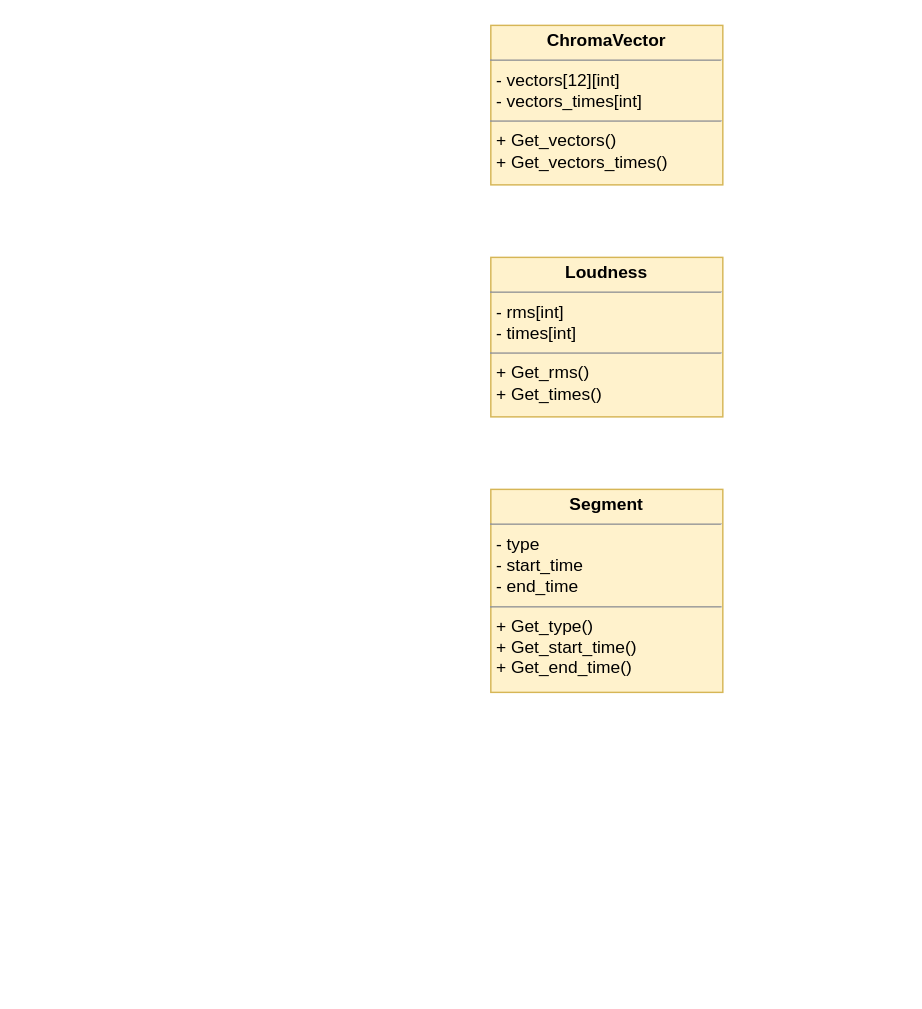
This is obrazky/UML_diagramy.drawio from VikinnCz/Diplomova_prace_text, a draw.io file, before an edit. Source tidied: cells renumbered, new cells numbered last; positions are measured from the earlier drawing's top-left corner, leaving out a move shared by most shapes. Both pictures are drawn from the tidied source at 145%, with x=0, y=0 at pixel (490, 25).
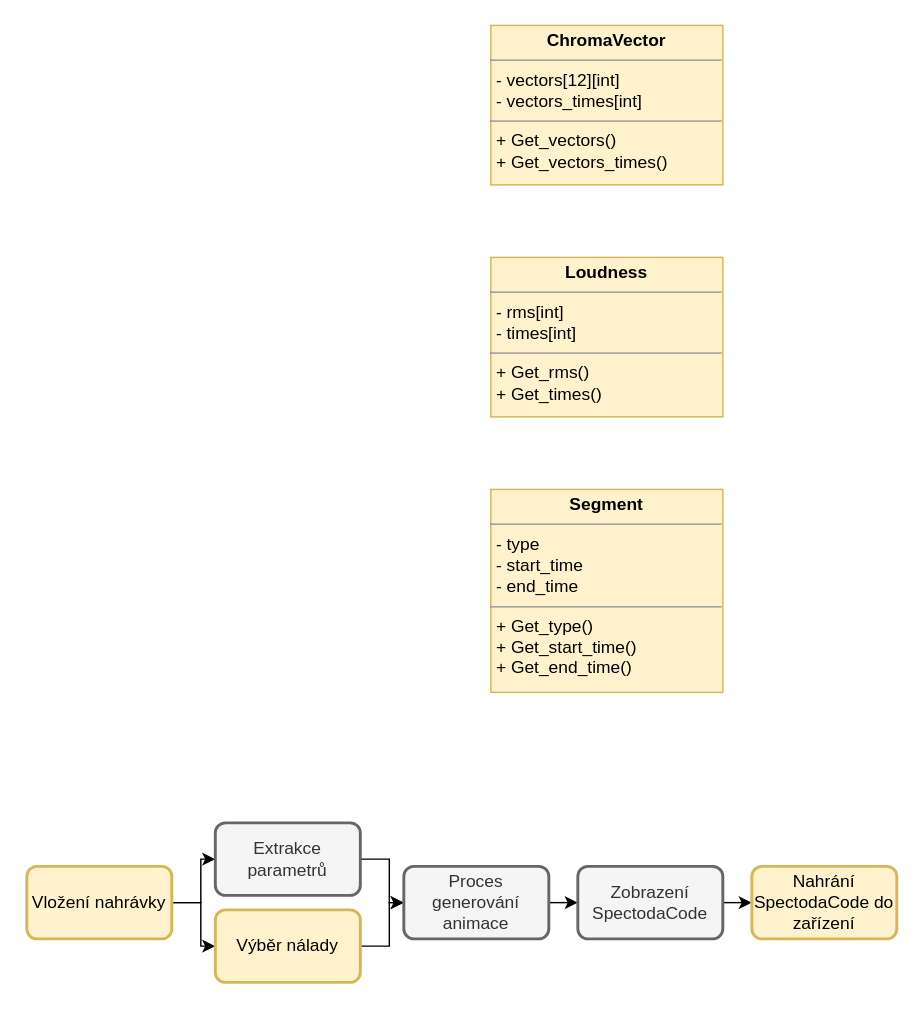
After the change.

Commit message (it also covers changes not shown here):
Add: diagrams and code samples

What changed in the source:
```diff
@@
 <mxGraphModel>
   <root>
     <mxCell id="0" />
     <mxCell id="1" parent="0" />
     <mxCell id="2" value="&lt;p style=&quot;margin:0px;margin-top:4px;text-align:center;&quot;&gt;&lt;b&gt;Segment&lt;/b&gt;&lt;/p&gt;&lt;hr size=&quot;1&quot;&gt;&lt;p style=&quot;margin:0px;margin-left:4px;&quot;&gt;- type&amp;nbsp;&lt;/p&gt;&lt;p style=&quot;margin:0px;margin-left:4px;&quot;&gt;- start_time&lt;/p&gt;&lt;p style=&quot;margin:0px;margin-left:4px;&quot;&gt;- end_time&lt;/p&gt;&lt;hr size=&quot;1&quot;&gt;&lt;p style=&quot;margin:0px;margin-left:4px;&quot;&gt;+ Get_type()&lt;/p&gt;&lt;p style=&quot;margin:0px;margin-left:4px;&quot;&gt;+ Get_start_time()&lt;/p&gt;&lt;p style=&quot;margin:0px;margin-left:4px;&quot;&gt;+ Get_end_time()&lt;/p&gt;" style="verticalAlign=top;align=left;overflow=fill;fontSize=12;fontFamily=Helvetica;html=1;whiteSpace=wrap;fillColor=#fff2cc;strokeColor=#d6b656;" parent="1" vertex="1">
       <mxGeometry y="320" width="160" height="140" as="geometry" />
     </mxCell>
     <mxCell id="3" value="&lt;p style=&quot;margin:0px;margin-top:4px;text-align:center;&quot;&gt;&lt;b&gt;Loudness&lt;/b&gt;&lt;/p&gt;&lt;hr size=&quot;1&quot;&gt;&lt;p style=&quot;margin:0px;margin-left:4px;&quot;&gt;- rms[int]&amp;nbsp;&lt;/p&gt;&lt;p style=&quot;margin:0px;margin-left:4px;&quot;&gt;- times[int]&lt;/p&gt;&lt;hr size=&quot;1&quot;&gt;&lt;p style=&quot;margin:0px;margin-left:4px;&quot;&gt;+ Get_rms()&lt;/p&gt;&lt;p style=&quot;margin:0px;margin-left:4px;&quot;&gt;+ Get_times()&lt;/p&gt;" style="verticalAlign=top;align=left;overflow=fill;fontSize=12;fontFamily=Helvetica;html=1;whiteSpace=wrap;fillColor=#fff2cc;strokeColor=#d6b656;" parent="1" vertex="1">
       <mxGeometry y="160" width="160" height="110" as="geometry" />
     </mxCell>
     <mxCell id="4" value="&lt;p style=&quot;margin:0px;margin-top:4px;text-align:center;&quot;&gt;&lt;b&gt;ChromaVector&lt;/b&gt;&lt;/p&gt;&lt;hr size=&quot;1&quot;&gt;&lt;p style=&quot;margin:0px;margin-left:4px;&quot;&gt;- vectors[12][int]&amp;nbsp;&lt;/p&gt;&lt;p style=&quot;margin:0px;margin-left:4px;&quot;&gt;- vectors_times[int]&lt;/p&gt;&lt;hr size=&quot;1&quot;&gt;&lt;p style=&quot;margin:0px;margin-left:4px;&quot;&gt;+ Get_vectors()&lt;/p&gt;&lt;p style=&quot;margin:0px;margin-left:4px;&quot;&gt;+ Get_vectors_times()&lt;/p&gt;" style="verticalAlign=top;align=left;overflow=fill;fontSize=12;fontFamily=Helvetica;html=1;whiteSpace=wrap;fillColor=#fff2cc;strokeColor=#d6b656;" parent="1" vertex="1">
       <mxGeometry width="160" height="110" as="geometry" />
     </mxCell>
+    <mxCell id="5" style="edgeStyle=orthogonalEdgeStyle;rounded=0;jettySize=auto;html=1;exitX=1;exitY=0.5;exitDx=0;exitDy=0;entryX=0;entryY=0.5;entryDx=0;entryDy=0;" parent="1" edge="1" source="7" target="11">
+      <mxGeometry relative="1" as="geometry" />
+    </mxCell>
+    <mxCell id="6" style="edgeStyle=orthogonalEdgeStyle;rounded=0;jettySize=auto;html=1;exitX=1;exitY=0.5;exitDx=0;exitDy=0;entryX=0;entryY=0.5;entryDx=0;entryDy=0;" parent="1" edge="1" source="7" target="9">
+      <mxGeometry relative="1" as="geometry" />
+    </mxCell>
+    <mxCell id="7" value="Vložení nahrávky" style="rounded=1;whiteSpace=wrap;html=1;absoluteArcSize=1;arcSize=14;strokeWidth=2;fillColor=#fff2cc;strokeColor=#d6b656;" parent="1" vertex="1">
+      <mxGeometry x="-320" y="580" width="100" height="50" as="geometry" />
+    </mxCell>
+    <mxCell id="8" style="edgeStyle=orthogonalEdgeStyle;rounded=0;jettySize=auto;html=1;exitX=1;exitY=0.5;exitDx=0;exitDy=0;" parent="1" edge="1" source="9" target="13">
+      <mxGeometry relative="1" as="geometry" />
+    </mxCell>
+    <mxCell id="9" value="Extrakce parametrů" style="rounded=1;whiteSpace=wrap;html=1;absoluteArcSize=1;arcSize=14;strokeWidth=2;fillColor=#f5f5f5;strokeColor=#666666;fontColor=#333333;" parent="1" vertex="1">
+      <mxGeometry x="-190" y="550" width="100" height="50" as="geometry" />
+    </mxCell>
+    <mxCell id="10" style="edgeStyle=orthogonalEdgeStyle;rounded=0;jettySize=auto;html=1;exitX=1;exitY=0.5;exitDx=0;exitDy=0;entryX=0;entryY=0.5;entryDx=0;entryDy=0;" parent="1" edge="1" source="11" target="13">
+      <mxGeometry relative="1" as="geometry" />
+    </mxCell>
+    <mxCell id="11" value="Výběr nálady" style="rounded=1;whiteSpace=wrap;html=1;absoluteArcSize=1;arcSize=14;strokeWidth=2;fillColor=#fff2cc;strokeColor=#d6b656;" parent="1" vertex="1">
+      <mxGeometry x="-190" y="610" width="100" height="50" as="geometry" />
+    </mxCell>
+    <mxCell id="12" style="edgeStyle=orthogonalEdgeStyle;rounded=0;jettySize=auto;html=1;exitX=1;exitY=0.5;exitDx=0;exitDy=0;entryX=0;entryY=0.5;entryDx=0;entryDy=0;" parent="1" edge="1" source="13" target="15">
+      <mxGeometry relative="1" as="geometry" />
+    </mxCell>
+    <mxCell id="13" value="Proces generování animace" style="rounded=1;whiteSpace=wrap;html=1;absoluteArcSize=1;arcSize=14;strokeWidth=2;fillColor=#f5f5f5;strokeColor=#666666;fontColor=#333333;" parent="1" vertex="1">
+      <mxGeometry x="-60" y="580" width="100" height="50" as="geometry" />
+    </mxCell>
+    <mxCell id="14" style="edgeStyle=orthogonalEdgeStyle;rounded=0;jettySize=auto;html=1;exitX=1;exitY=0.5;exitDx=0;exitDy=0;entryX=0;entryY=0.5;entryDx=0;entryDy=0;" parent="1" edge="1" source="15" target="16">
+      <mxGeometry relative="1" as="geometry" />
+    </mxCell>
+    <mxCell id="15" value="Zobrazení SpectodaCode" style="rounded=1;whiteSpace=wrap;html=1;absoluteArcSize=1;arcSize=14;strokeWidth=2;fillColor=#f5f5f5;strokeColor=#666666;fontColor=#333333;" parent="1" vertex="1">
+      <mxGeometry x="60" y="580" width="100" height="50" as="geometry" />
+    </mxCell>
+    <mxCell id="16" value="Nahrání SpectodaCode do zařízení" style="rounded=1;whiteSpace=wrap;html=1;absoluteArcSize=1;arcSize=14;strokeWidth=2;fillColor=#fff2cc;strokeColor=#d6b656;" parent="1" vertex="1">
+      <mxGeometry x="180" y="580" width="100" height="50" as="geometry" />
+    </mxCell>
   </root>
 </mxGraphModel>
```
